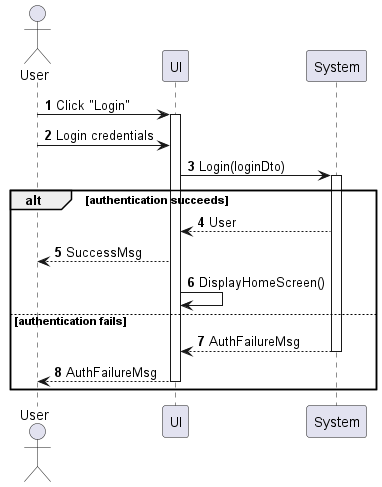
Before: sequences/my-account-login.png, a diagram exported from PlantUML (phihungha/scmss-reqs).
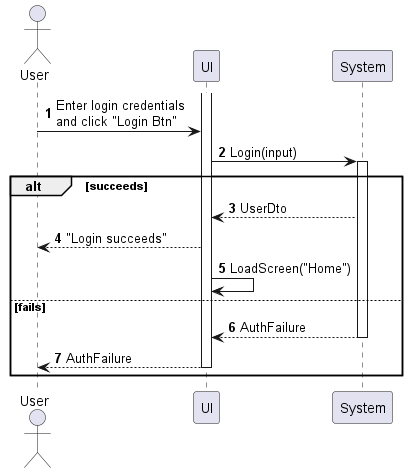
Later version of the same file.

The edit, as a diff of the source:
```diff
@@ -5,19 +5,18 @@
 participant UI as f
 participant System as b
 
-a -> f : Click "Login"
 activate f
-a -> f : Login credentials
-f -> b : Login(loginDto)
+a -> f : Enter login credentials\nand click "Login Btn"
+f -> b : Login(input)
 activate b
 
-alt authentication succeeds
-    b --> f : User
-    f --> a : SuccessMsg
-    f -> f : DisplayHomeScreen()
-else authentication fails
-    return AuthFailureMsg
-    f --> a : AuthFailureMsg
+alt succeeds
+    b --> f : UserDto
+    f --> a : "Login succeeds"
+    f -> f : LoadScreen("Home")
+else  fails
+    return AuthFailure
+    f --> a : AuthFailure
     deactivate f
 end
 @enduml
```
